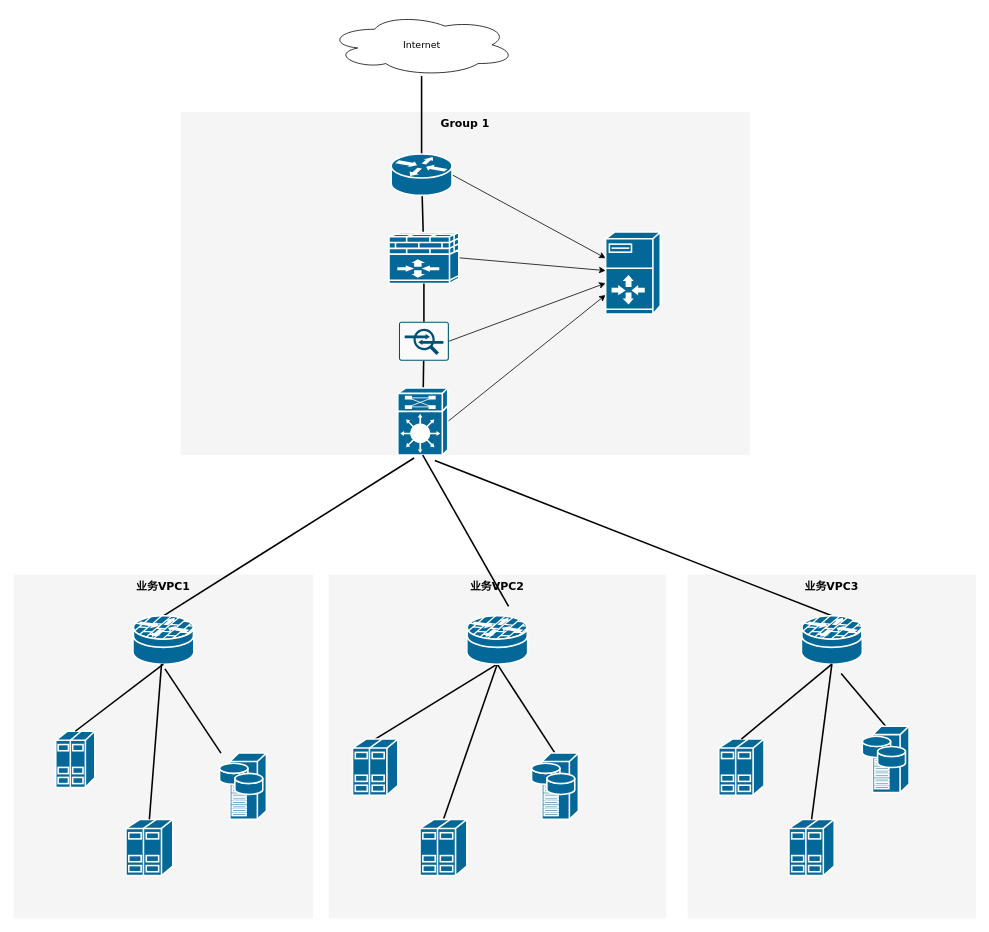
Before: Untitled Diagram.drawio in xinjing123/AzureNetworkWatcherNSGFlowLogsConnector, a draw.io diagram. Source tidied: cells renumbered, new cells numbered last; positions are measured from the earlier drawing's top-left corner, leaving out a move shared by most shapes. Both pictures are drawn from the tidied source at 78%, with x=0, y=0 at pixel (13, 13).
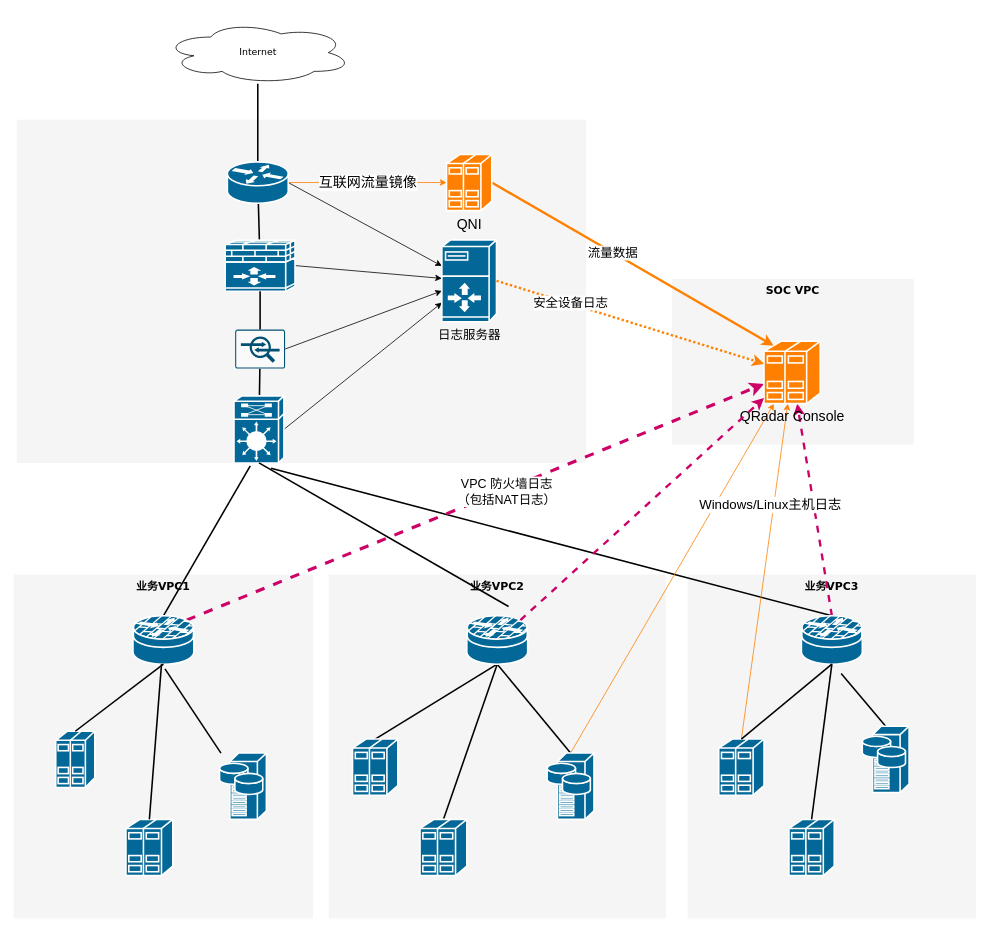
The same diagram, later.

Unchanged cells that the change refers to:
```xml
<mxCell id="29" style="shape=mxgraph.cisco.security.router_firewall;html=1;dashed=0;fillColor=#036897;strokeColor=#ffffff;strokeWidth=2;verticalLabelPosition=bottom;verticalAlign=top;align=center;outlineConnect=0;" parent="1" vertex="1">
  <mxGeometry x="153" y="772" width="78" height="62" as="geometry" />
</mxCell>
<mxCell id="30" style="shape=mxgraph.cisco.security.router_firewall;html=1;dashed=0;fillColor=#036897;strokeColor=#ffffff;strokeWidth=2;verticalLabelPosition=bottom;verticalAlign=top;align=center;outlineConnect=0;" parent="1" vertex="1">
  <mxGeometry x="581" y="772" width="78" height="62" as="geometry" />
</mxCell>
<mxCell id="31" style="shape=mxgraph.cisco.security.router_firewall;html=1;dashed=0;fillColor=#036897;strokeColor=#ffffff;strokeWidth=2;verticalLabelPosition=bottom;verticalAlign=top;align=center;outlineConnect=0;" parent="1" vertex="1">
  <mxGeometry x="1010" y="772" width="78" height="62" as="geometry" />
</mxCell>
<mxCell id="38" style="shape=mxgraph.cisco.servers.standard_host;html=1;dashed=0;fillColor=#036897;strokeColor=#ffffff;strokeWidth=2;verticalLabelPosition=bottom;verticalAlign=top;align=center;outlineConnect=0;" parent="1" vertex="1">
  <mxGeometry x="904" y="930" width="58" height="72" as="geometry" />
</mxCell>
```

Change to the diagram source:
```diff
@@
+    <mxCell id="45" value="SOC VPC" style="whiteSpace=wrap;html=1;rounded=0;shadow=0;comic=0;strokeWidth=1;fontFamily=Verdana;fontSize=14;fillColor=#f5f5f5;strokeColor=none;fontStyle=1;verticalAlign=top;" parent="1" vertex="1">
+      <mxGeometry x="844" y="340" width="310" height="212.5" as="geometry" />
+    </mxCell>
-    <mxCell id="2" value="Group 1" style="whiteSpace=wrap;html=1;rounded=0;shadow=0;comic=0;strokeWidth=1;fontFamily=Verdana;fontSize=14;fillColor=#f5f5f5;strokeColor=none;verticalAlign=top;fontStyle=1;" parent="1" vertex="1">
-      <mxGeometry x="214" y="126" width="730" height="440" as="geometry" />
+    <mxCell id="2" style="whiteSpace=wrap;html=1;rounded=0;shadow=0;comic=0;strokeWidth=1;fontFamily=Verdana;fontSize=14;fillColor=#f5f5f5;strokeColor=none;verticalAlign=top;fontStyle=1;" parent="1" vertex="1">
+      <mxGeometry x="4" y="136" width="730" height="440" as="geometry" />
     </mxCell>
@@
     <mxCell id="8" style="shape=mxgraph.cisco.misc.route_switch_processor;html=1;dashed=0;fillColor=#036897;strokeColor=#ffffff;strokeWidth=2;verticalLabelPosition=bottom;verticalAlign=top;rounded=0;shadow=0;comic=0;fontFamily=Verdana;fontSize=12;" parent="1" vertex="1">
-      <mxGeometry x="492.5" y="480" width="64" height="86" as="geometry" />
+      <mxGeometry x="282.5" y="490" width="64" height="86" as="geometry" />
     </mxCell>
@@
     <mxCell id="11" style="shape=mxgraph.cisco.security.ios_firewall;html=1;dashed=0;fillColor=#036897;strokeColor=#ffffff;strokeWidth=2;verticalLabelPosition=bottom;verticalAlign=top;rounded=0;shadow=0;comic=0;fontFamily=Verdana;fontSize=12;" parent="1" vertex="1">
-      <mxGeometry x="481.2" y="280" width="89.5" height="66" as="geometry" />
+      <mxGeometry x="271.2" y="290" width="89.5" height="66" as="geometry" />
     </mxCell>
@@
     <mxCell id="15" value="Internet" style="ellipse;shape=cloud;whiteSpace=wrap;html=1;rounded=0;shadow=0;comic=0;strokeWidth=1;fontFamily=Verdana;fontSize=12;" parent="1" vertex="1">
-      <mxGeometry x="402.5" width="241" height="80" as="geometry" />
+      <mxGeometry x="192.5" y="10" width="241" height="80" as="geometry" />
     </mxCell>
@@
+    <mxCell id="46" value="&lt;font style=&quot;font-size: 18px&quot;&gt;互联网流量镜像&lt;br&gt;&lt;/font&gt;" style="edgeStyle=none;rounded=0;jettySize=auto;html=1;exitX=1;exitY=0.5;exitDx=0;exitDy=0;exitPerimeter=0;entryX=0;entryY=0.5;entryDx=0;entryDy=0;entryPerimeter=0;strokeColor=#FF8000;" parent="1" edge="1" source="23" target="56">
+      <mxGeometry relative="1" as="geometry" />
+    </mxCell>
     <mxCell id="23" style="shape=mxgraph.cisco.routers.router;html=1;dashed=0;fillColor=#036897;strokeColor=#ffffff;strokeWidth=2;verticalLabelPosition=bottom;verticalAlign=top;rounded=0;shadow=0;comic=0;fontFamily=Verdana;fontSize=12;" parent="1" vertex="1">
-      <mxGeometry x="484" y="180" width="78" height="53" as="geometry" />
+      <mxGeometry x="274" y="190" width="78" height="53" as="geometry" />
     </mxCell>
@@
     <mxCell id="25" style="points=[[0.015,0.015,0],[0.985,0.015,0],[0.985,0.985,0],[0.015,0.985,0],[0.25,0,0],[0.5,0,0],[0.75,0,0],[1,0.25,0],[1,0.5,0],[1,0.75,0],[0.75,1,0],[0.5,1,0],[0.25,1,0],[0,0.75,0],[0,0.5,0],[0,0.25,0]];verticalLabelPosition=bottom;html=1;verticalAlign=top;align=center;shape=mxgraph.cisco19.rect;prIcon=ips_ids;fillColor=#FAFAFA;strokeColor=#005073;" parent="1" vertex="1">
-      <mxGeometry x="494" y="395" width="64" height="50" as="geometry" />
+      <mxGeometry x="284" y="405" width="64" height="50" as="geometry" />
     </mxCell>
@@
-    <mxCell id="27" style="shape=mxgraph.cisco.servers.server_with_router;html=1;dashed=0;fillColor=#036897;strokeColor=#ffffff;strokeWidth=2;verticalLabelPosition=bottom;verticalAlign=top;align=center;outlineConnect=0;" parent="1" vertex="1">
-      <mxGeometry x="759" y="280" width="70" height="105" as="geometry" />
+    <mxCell id="27" value="&lt;font style=&quot;font-size: 16px&quot;&gt;日志服务器&lt;br&gt;&lt;/font&gt;" style="shape=mxgraph.cisco.servers.server_with_router;html=1;dashed=0;fillColor=#036897;strokeColor=#ffffff;strokeWidth=2;verticalLabelPosition=bottom;verticalAlign=top;align=center;outlineConnect=0;" parent="1" vertex="1">
+      <mxGeometry x="549" y="290" width="70" height="105" as="geometry" />
     </mxCell>
@@
+    <mxCell id="47" style="rounded=0;jettySize=auto;html=1;exitX=0.88;exitY=0.09;exitDx=0;exitDy=0;exitPerimeter=0;dashed=1;strokeColor=#CC0066;strokeWidth=4;" parent="1" edge="1" source="29" target="53">
+      <mxGeometry relative="1" as="geometry" />
+    </mxCell>
+    <mxCell id="48" value="&lt;div style=&quot;font-size: 16px;&quot;&gt;VPC 防火墙日志&lt;/div&gt;&lt;div style=&quot;font-size: 16px;&quot;&gt;（包括NAT日志）&lt;br style=&quot;font-size: 16px;&quot;&gt;&lt;/div&gt;" style="edgeLabel;html=1;align=center;verticalAlign=middle;fontSize=16;" parent="47" vertex="1">
+      <mxGeometry x="0.1" y="-3" relative="1" as="geometry">
+        <mxPoint x="1" y="-1" as="offset" />
+      </mxGeometry>
+    </mxCell>
@@
+    <mxCell id="49" style="edgeStyle=none;rounded=0;jettySize=auto;html=1;exitX=0.5;exitY=0;exitDx=0;exitDy=0;exitPerimeter=0;dashed=1;strokeColor=#CC0066;strokeWidth=3;" parent="1" edge="1" source="31" target="53">
+      <mxGeometry relative="1" as="geometry" />
+    </mxCell>
@@
+    <mxCell id="50" style="edgeStyle=none;rounded=0;jettySize=auto;html=1;exitX=0.5;exitY=0;exitDx=0;exitDy=0;exitPerimeter=0;strokeColor=#FF8000;fontSize=16;" parent="1" edge="1" source="37" target="53">
+      <mxGeometry relative="1" as="geometry" />
+    </mxCell>
     <mxCell id="37" style="shape=mxgraph.cisco.servers.storage_server;html=1;dashed=0;fillColor=#036897;strokeColor=#ffffff;strokeWidth=2;verticalLabelPosition=bottom;verticalAlign=top;align=center;outlineConnect=0;" parent="1" vertex="1">
-      <mxGeometry x="664" y="948" width="60" height="85" as="geometry" />
+      <mxGeometry x="684" y="948" width="60" height="85" as="geometry" />
     </mxCell>
+    <mxCell id="51" style="edgeStyle=none;rounded=0;jettySize=auto;html=1;exitX=0.5;exitY=0;exitDx=0;exitDy=0;exitPerimeter=0;strokeColor=#FF8000;" parent="1" edge="1" source="38" target="53">
+      <mxGeometry relative="1" as="geometry" />
+    </mxCell>
+    <mxCell id="52" value="&lt;font style=&quot;font-size: 17px&quot;&gt;Windows/Linux主机日志&lt;/font&gt;" style="edgeLabel;html=1;align=center;verticalAlign=middle;" parent="51" vertex="1">
+      <mxGeometry x="0.4" y="5" relative="1" as="geometry">
+        <mxPoint y="1" as="offset" />
+      </mxGeometry>
+    </mxCell>
@@
+    <mxCell id="53" value="&lt;font style=&quot;font-size: 18px&quot;&gt;QRadar Console&lt;br&gt;&lt;/font&gt;" style="shape=mxgraph.cisco.servers.standard_host;html=1;dashed=0;strokeColor=#ffffff;strokeWidth=2;verticalLabelPosition=bottom;verticalAlign=top;align=center;outlineConnect=0;fillColor=#FF8000;" parent="1" vertex="1">
+      <mxGeometry x="962" y="420" width="72" height="80" as="geometry" />
+    </mxCell>
+    <mxCell id="54" style="rounded=0;jettySize=auto;html=1;exitX=1;exitY=0.5;exitDx=0;exitDy=0;exitPerimeter=0;entryX=0.17;entryY=0.07;entryDx=0;entryDy=0;entryPerimeter=0;strokeColor=#FF8000;strokeWidth=3;" parent="1" edge="1" source="56" target="53">
+      <mxGeometry relative="1" as="geometry" />
+    </mxCell>
+    <mxCell id="55" value="流量数据" style="edgeLabel;html=1;align=center;verticalAlign=middle;fontSize=16;" parent="54" vertex="1">
+      <mxGeometry x="-0.14" relative="1" as="geometry" />
+    </mxCell>
+    <mxCell id="56" value="&lt;font style=&quot;font-size: 18px&quot;&gt;QNI&lt;/font&gt;" style="shape=mxgraph.cisco.servers.standard_host;html=1;dashed=0;strokeColor=#ffffff;strokeWidth=2;verticalLabelPosition=bottom;verticalAlign=top;align=center;outlineConnect=0;fillColor=#FF8000;" parent="1" vertex="1">
+      <mxGeometry x="555" y="180.5" width="58" height="72" as="geometry" />
+    </mxCell>
+    <mxCell id="57" style="edgeStyle=none;rounded=0;jettySize=auto;html=1;exitX=1;exitY=0.5;exitDx=0;exitDy=0;exitPerimeter=0;strokeColor=#FF8000;strokeWidth=3;dashed=1;dashPattern=1 1;" parent="1" edge="1" source="27" target="53">
+      <mxGeometry relative="1" as="geometry" />
+    </mxCell>
+    <mxCell id="58" value="安全设备日志" style="edgeLabel;html=1;align=center;verticalAlign=middle;fontSize=16;" parent="57" vertex="1">
+      <mxGeometry x="-0.45" y="1" relative="1" as="geometry" />
+    </mxCell>
+    <mxCell id="59" style="edgeStyle=none;rounded=0;jettySize=auto;html=1;exitX=0.88;exitY=0.09;exitDx=0;exitDy=0;exitPerimeter=0;dashed=1;strokeWidth=3;strokeColor=#CC0066;" parent="1" edge="1" source="30" target="53">
+      <mxGeometry relative="1" as="geometry" />
+    </mxCell>
```
